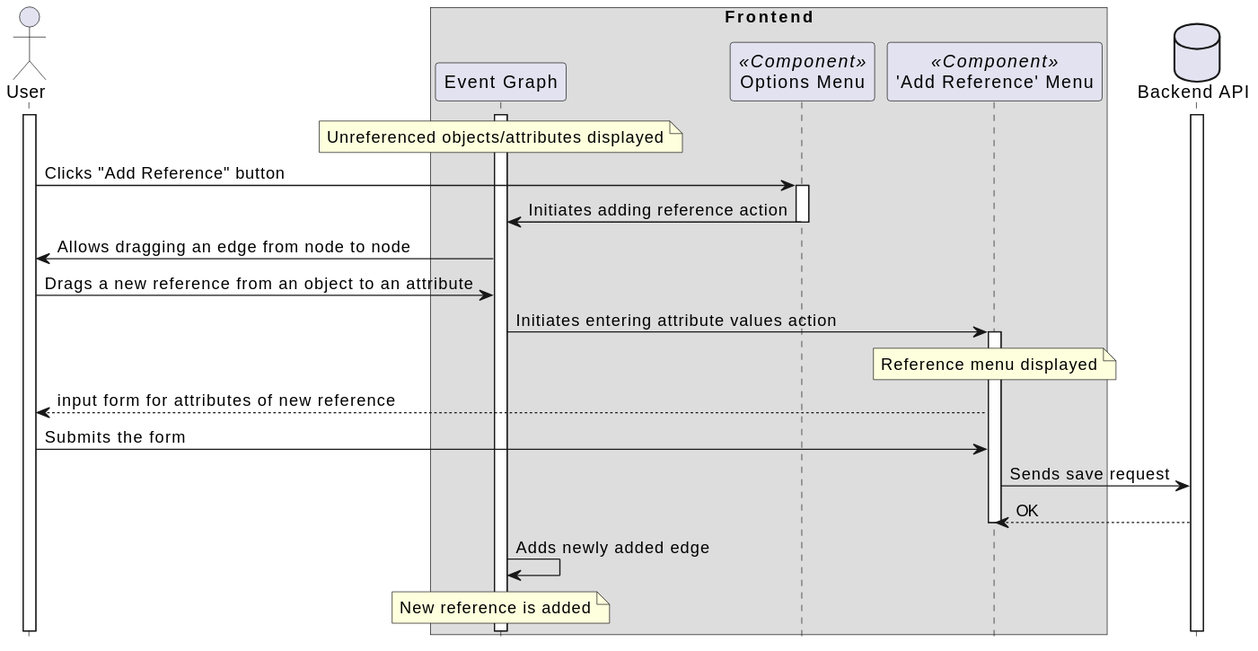
Earlier version of the PlantUML export docs/sequencediagrams/svg/add_reference.svg (Modern-MISP/frontend). Its diagram source:
```plantuml
@startuml
hide footbox

actor User as user
box "Frontend"
participant "Event Graph" as eventgraph
participant "Options Menu" as optmenu <<Component>>
participant "'Add Reference' Menu" as addreferencemenu <<Component>>
end box
database "Backend API" as api

activate user
activate api
activate eventgraph
note over eventgraph : Unreferenced objects/attributes displayed


user -> optmenu: Clicks "Add Reference" button
activate optmenu

optmenu -> eventgraph: Initiates adding reference action
deactivate optmenu

eventgraph -> user: Allows dragging an edge from node to node

user -> eventgraph: Drags a new reference from an object to an attribute

eventgraph -> addreferencemenu: Initiates entering attribute values action


activate addreferencemenu
note over addreferencemenu: Reference menu displayed

addreferencemenu --> user:input form for attributes of new reference

user -> addreferencemenu: Submits the form

addreferencemenu -> api: Sends save request

api --> addreferencemenu: OK
deactivate addreferencemenu

eventgraph -> eventgraph: Adds newly added edge

note over eventgraph : New reference is added
@enduml
```
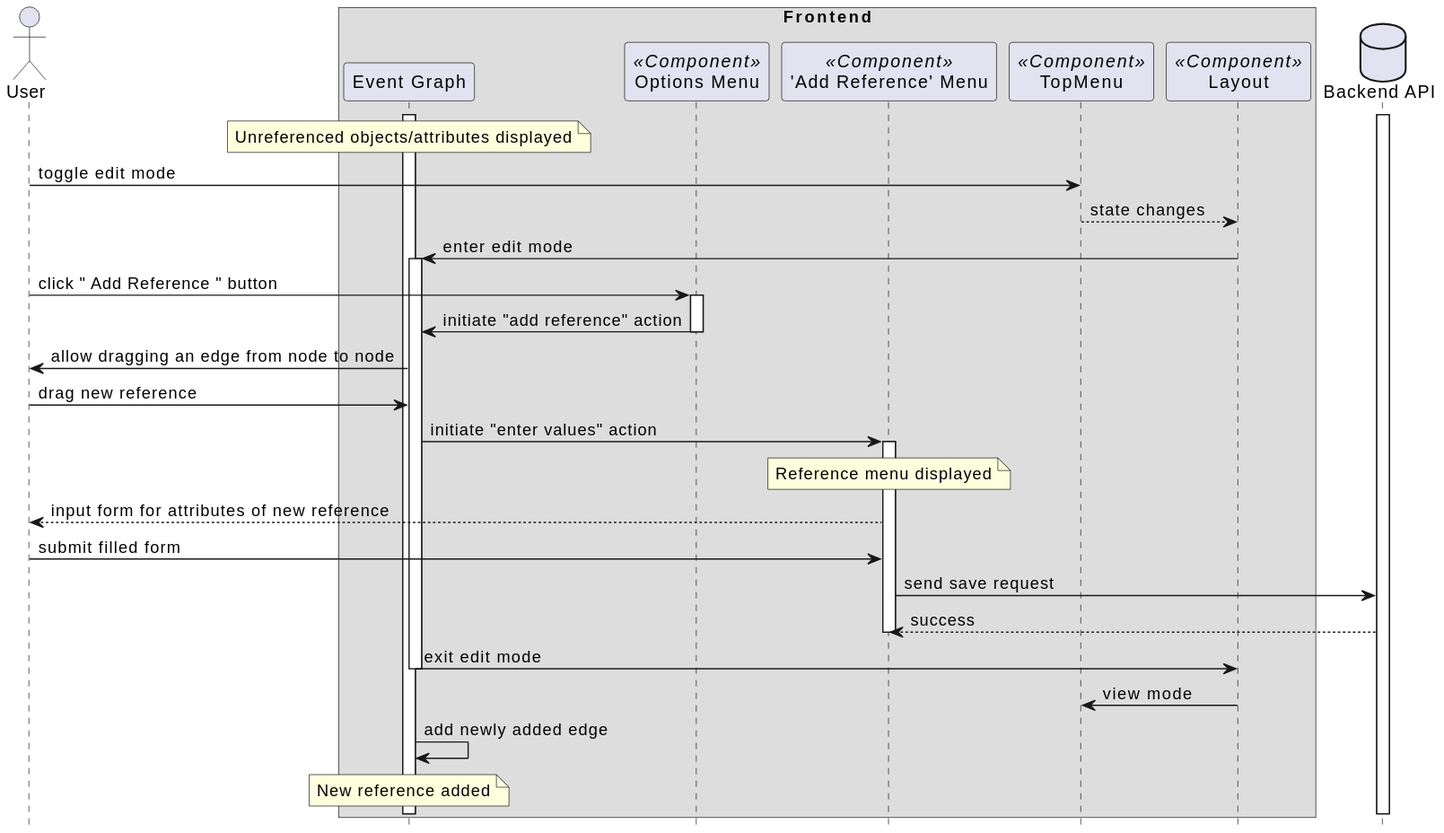
After the commit.

Commit message:
added 'edit mode' in  'add reference' sequence diagram

The edit, as a diff of the source:
```diff
@@ -6,26 +6,31 @@
 participant "Event Graph" as eventgraph
 participant "Options Menu" as optmenu <<Component>>
 participant "'Add Reference' Menu" as addreferencemenu <<Component>>
+participant TopMenu as topmenu <<Component>>
+participant Layout as layout <<Component>>
 end box
 database "Backend API" as api
 
-activate user
 activate api
 activate eventgraph
 note over eventgraph : Unreferenced objects/attributes displayed
 
+user -> topmenu : toggle edit mode
+topmenu --> layout : state changes
+layout -> eventgraph : enter edit mode
+activate eventgraph
 
-user -> optmenu: Clicks "Add Reference" button
+user -> optmenu: click " Add Reference " button
 activate optmenu
 
-optmenu -> eventgraph: Initiates adding reference action
+optmenu -> eventgraph: initiate "add reference" action
 deactivate optmenu
 
-eventgraph -> user: Allows dragging an edge from node to node
+eventgraph -> user: allow dragging an edge from node to node
 
-user -> eventgraph: Drags a new reference from an object to an attribute
+user -> eventgraph: drag new reference
 
-eventgraph -> addreferencemenu: Initiates entering attribute values action
+eventgraph -> addreferencemenu: initiate "enter values" action
 
 
 activate addreferencemenu
@@ -33,14 +38,19 @@
 
 addreferencemenu --> user:input form for attributes of new reference
 
-user -> addreferencemenu: Submits the form
+user -> addreferencemenu: submit filled form
 
-addreferencemenu -> api: Sends save request
+addreferencemenu -> api: send save request
 
-api --> addreferencemenu: OK
+api --> addreferencemenu: success
 deactivate addreferencemenu
 
-eventgraph -> eventgraph: Adds newly added edge
+eventgraph -> layout : exit edit mode
+deactivate eventgraph
+layout -> topmenu : view mode
 
-note over eventgraph : New reference is added
+
+eventgraph -> eventgraph: add newly added edge
+
+note over eventgraph : New reference added
 @enduml
```
